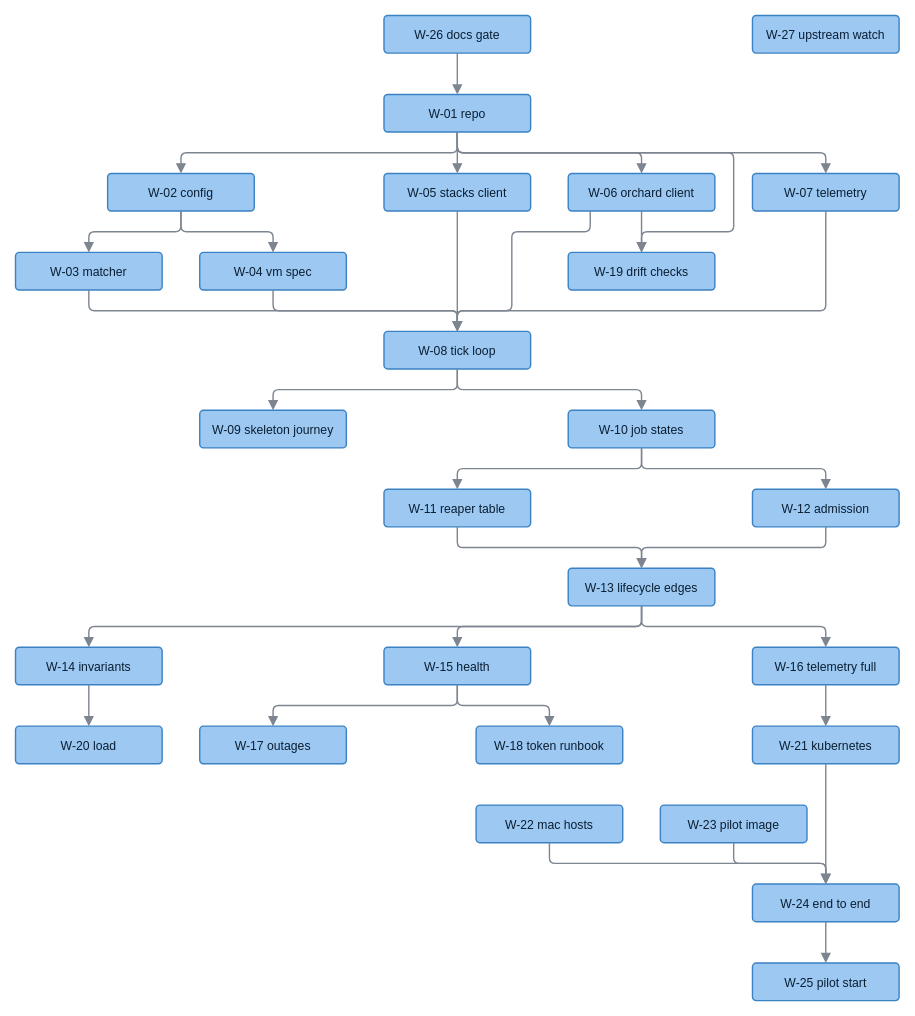
Earlier version of the draw.io diagram docs/diagrams/implementation-order.drawio (joshwrightcodes/bk-agent-stack-orchard). Source tidied: cells renumbered, new cells numbered last; positions are measured from the earlier drawing's top-left corner, leaving out a move shared by most shapes. Both pictures are drawn from the tidied source at 94%, with x=0, y=0 at pixel (15, 15).
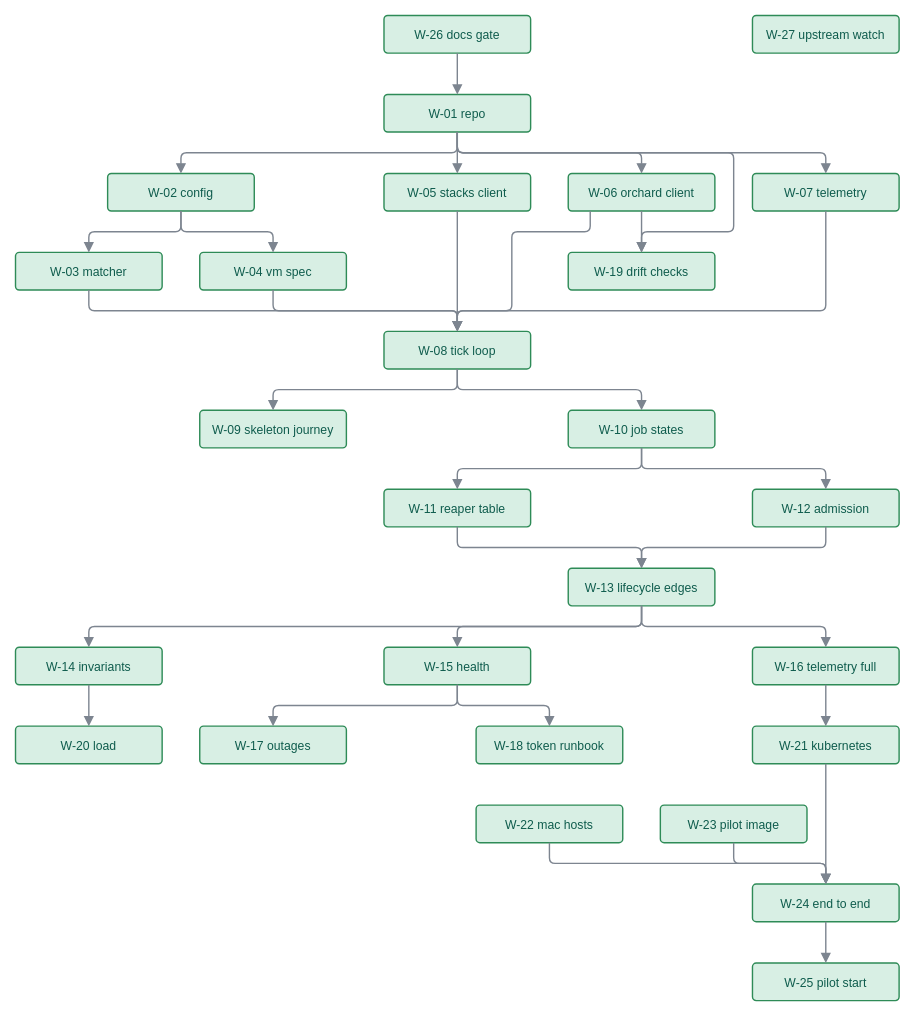
Above is the later version.

Change to the diagram source:
```diff
@@
-    <mxCell id="2" value="W-26 docs gate" style="rounded=1;arcSize=8;absoluteArcSize=1;html=0;fontFamily=Helvetica;fontSize=13;fontStyle=0;fillColor=#9cc8f2;strokeColor=#3b82c4;fontColor=#0b1f33;strokeWidth=1.5;dashed=0;dashPattern=6 4;whiteSpace=nowrap;" parent="1" vertex="1">
+    <mxCell id="2" value="W-26 docs gate" style="rounded=1;arcSize=8;absoluteArcSize=1;html=0;fontFamily=Helvetica;fontSize=13;fontStyle=0;fillColor=#D8EFE4;strokeColor=#2E8B57;fontColor=#0F5C4D;strokeWidth=1.5;dashed=0;dashPattern=6 4;whiteSpace=nowrap;" parent="1" vertex="1">
       <mxGeometry x="392" width="156" height="40" as="geometry" />
     </mxCell>
-    <mxCell id="3" value="W-27 upstream watch" style="rounded=1;arcSize=8;absoluteArcSize=1;html=0;fontFamily=Helvetica;fontSize=13;fontStyle=0;fillColor=#9cc8f2;strokeColor=#3b82c4;fontColor=#0b1f33;strokeWidth=1.5;dashed=0;dashPattern=6 4;whiteSpace=nowrap;" parent="1" vertex="1">
+    <mxCell id="3" value="W-27 upstream watch" style="rounded=1;arcSize=8;absoluteArcSize=1;html=0;fontFamily=Helvetica;fontSize=13;fontStyle=0;fillColor=#D8EFE4;strokeColor=#2E8B57;fontColor=#0F5C4D;strokeWidth=1.5;dashed=0;dashPattern=6 4;whiteSpace=nowrap;" parent="1" vertex="1">
       <mxGeometry x="784" width="156" height="40" as="geometry" />
     </mxCell>
-    <mxCell id="4" value="W-01 repo" style="rounded=1;arcSize=8;absoluteArcSize=1;html=0;fontFamily=Helvetica;fontSize=13;fontStyle=0;fillColor=#9cc8f2;strokeColor=#3b82c4;fontColor=#0b1f33;strokeWidth=1.5;dashed=0;dashPattern=6 4;whiteSpace=nowrap;" parent="1" vertex="1">
+    <mxCell id="4" value="W-01 repo" style="rounded=1;arcSize=8;absoluteArcSize=1;html=0;fontFamily=Helvetica;fontSize=13;fontStyle=0;fillColor=#D8EFE4;strokeColor=#2E8B57;fontColor=#0F5C4D;strokeWidth=1.5;dashed=0;dashPattern=6 4;whiteSpace=nowrap;" parent="1" vertex="1">
       <mxGeometry x="392" y="84" width="156" height="40" as="geometry" />
     </mxCell>
-    <mxCell id="5" value="W-02 config" style="rounded=1;arcSize=8;absoluteArcSize=1;html=0;fontFamily=Helvetica;fontSize=13;fontStyle=0;fillColor=#9cc8f2;strokeColor=#3b82c4;fontColor=#0b1f33;strokeWidth=1.5;dashed=0;dashPattern=6 4;whiteSpace=nowrap;" parent="1" vertex="1">
+    <mxCell id="5" value="W-02 config" style="rounded=1;arcSize=8;absoluteArcSize=1;html=0;fontFamily=Helvetica;fontSize=13;fontStyle=0;fillColor=#D8EFE4;strokeColor=#2E8B57;fontColor=#0F5C4D;strokeWidth=1.5;dashed=0;dashPattern=6 4;whiteSpace=nowrap;" parent="1" vertex="1">
       <mxGeometry x="98" y="168" width="156" height="40" as="geometry" />
     </mxCell>
-    <mxCell id="6" value="W-05 stacks client" style="rounded=1;arcSize=8;absoluteArcSize=1;html=0;fontFamily=Helvetica;fontSize=13;fontStyle=0;fillColor=#9cc8f2;strokeColor=#3b82c4;fontColor=#0b1f33;strokeWidth=1.5;dashed=0;dashPattern=6 4;whiteSpace=nowrap;" parent="1" vertex="1">
+    <mxCell id="6" value="W-05 stacks client" style="rounded=1;arcSize=8;absoluteArcSize=1;html=0;fontFamily=Helvetica;fontSize=13;fontStyle=0;fillColor=#D8EFE4;strokeColor=#2E8B57;fontColor=#0F5C4D;strokeWidth=1.5;dashed=0;dashPattern=6 4;whiteSpace=nowrap;" parent="1" vertex="1">
       <mxGeometry x="392" y="168" width="156" height="40" as="geometry" />
     </mxCell>
-    <mxCell id="7" value="W-06 orchard client" style="rounded=1;arcSize=8;absoluteArcSize=1;html=0;fontFamily=Helvetica;fontSize=13;fontStyle=0;fillColor=#9cc8f2;strokeColor=#3b82c4;fontColor=#0b1f33;strokeWidth=1.5;dashed=0;dashPattern=6 4;whiteSpace=nowrap;" parent="1" vertex="1">
+    <mxCell id="7" value="W-06 orchard client" style="rounded=1;arcSize=8;absoluteArcSize=1;html=0;fontFamily=Helvetica;fontSize=13;fontStyle=0;fillColor=#D8EFE4;strokeColor=#2E8B57;fontColor=#0F5C4D;strokeWidth=1.5;dashed=0;dashPattern=6 4;whiteSpace=nowrap;" parent="1" vertex="1">
       <mxGeometry x="588" y="168" width="156" height="40" as="geometry" />
     </mxCell>
-    <mxCell id="8" value="W-07 telemetry" style="rounded=1;arcSize=8;absoluteArcSize=1;html=0;fontFamily=Helvetica;fontSize=13;fontStyle=0;fillColor=#9cc8f2;strokeColor=#3b82c4;fontColor=#0b1f33;strokeWidth=1.5;dashed=0;dashPattern=6 4;whiteSpace=nowrap;" parent="1" vertex="1">
+    <mxCell id="8" value="W-07 telemetry" style="rounded=1;arcSize=8;absoluteArcSize=1;html=0;fontFamily=Helvetica;fontSize=13;fontStyle=0;fillColor=#D8EFE4;strokeColor=#2E8B57;fontColor=#0F5C4D;strokeWidth=1.5;dashed=0;dashPattern=6 4;whiteSpace=nowrap;" parent="1" vertex="1">
       <mxGeometry x="784" y="168" width="156" height="40" as="geometry" />
     </mxCell>
-    <mxCell id="9" value="W-03 matcher" style="rounded=1;arcSize=8;absoluteArcSize=1;html=0;fontFamily=Helvetica;fontSize=13;fontStyle=0;fillColor=#9cc8f2;strokeColor=#3b82c4;fontColor=#0b1f33;strokeWidth=1.5;dashed=0;dashPattern=6 4;whiteSpace=nowrap;" parent="1" vertex="1">
+    <mxCell id="9" value="W-03 matcher" style="rounded=1;arcSize=8;absoluteArcSize=1;html=0;fontFamily=Helvetica;fontSize=13;fontStyle=0;fillColor=#D8EFE4;strokeColor=#2E8B57;fontColor=#0F5C4D;strokeWidth=1.5;dashed=0;dashPattern=6 4;whiteSpace=nowrap;" parent="1" vertex="1">
       <mxGeometry y="252" width="156" height="40" as="geometry" />
     </mxCell>
-    <mxCell id="10" value="W-04 vm spec" style="rounded=1;arcSize=8;absoluteArcSize=1;html=0;fontFamily=Helvetica;fontSize=13;fontStyle=0;fillColor=#9cc8f2;strokeColor=#3b82c4;fontColor=#0b1f33;strokeWidth=1.5;dashed=0;dashPattern=6 4;whiteSpace=nowrap;" parent="1" vertex="1">
+    <mxCell id="10" value="W-04 vm spec" style="rounded=1;arcSize=8;absoluteArcSize=1;html=0;fontFamily=Helvetica;fontSize=13;fontStyle=0;fillColor=#D8EFE4;strokeColor=#2E8B57;fontColor=#0F5C4D;strokeWidth=1.5;dashed=0;dashPattern=6 4;whiteSpace=nowrap;" parent="1" vertex="1">
       <mxGeometry x="196" y="252" width="156" height="40" as="geometry" />
     </mxCell>
-    <mxCell id="11" value="W-19 drift checks" style="rounded=1;arcSize=8;absoluteArcSize=1;html=0;fontFamily=Helvetica;fontSize=13;fontStyle=0;fillColor=#9cc8f2;strokeColor=#3b82c4;fontColor=#0b1f33;strokeWidth=1.5;dashed=0;dashPattern=6 4;whiteSpace=nowrap;" parent="1" vertex="1">
+    <mxCell id="11" value="W-19 drift checks" style="rounded=1;arcSize=8;absoluteArcSize=1;html=0;fontFamily=Helvetica;fontSize=13;fontStyle=0;fillColor=#D8EFE4;strokeColor=#2E8B57;fontColor=#0F5C4D;strokeWidth=1.5;dashed=0;dashPattern=6 4;whiteSpace=nowrap;" parent="1" vertex="1">
       <mxGeometry x="588" y="252" width="156" height="40" as="geometry" />
     </mxCell>
-    <mxCell id="12" value="W-08 tick loop" style="rounded=1;arcSize=8;absoluteArcSize=1;html=0;fontFamily=Helvetica;fontSize=13;fontStyle=0;fillColor=#9cc8f2;strokeColor=#3b82c4;fontColor=#0b1f33;strokeWidth=1.5;dashed=0;dashPattern=6 4;whiteSpace=nowrap;" parent="1" vertex="1">
+    <mxCell id="12" value="W-08 tick loop" style="rounded=1;arcSize=8;absoluteArcSize=1;html=0;fontFamily=Helvetica;fontSize=13;fontStyle=0;fillColor=#D8EFE4;strokeColor=#2E8B57;fontColor=#0F5C4D;strokeWidth=1.5;dashed=0;dashPattern=6 4;whiteSpace=nowrap;" parent="1" vertex="1">
       <mxGeometry x="392" y="336" width="156" height="40" as="geometry" />
     </mxCell>
-    <mxCell id="13" value="W-09 skeleton journey" style="rounded=1;arcSize=8;absoluteArcSize=1;html=0;fontFamily=Helvetica;fontSize=13;fontStyle=0;fillColor=#9cc8f2;strokeColor=#3b82c4;fontColor=#0b1f33;strokeWidth=1.5;dashed=0;dashPattern=6 4;whiteSpace=nowrap;" parent="1" vertex="1">
+    <mxCell id="13" value="W-09 skeleton journey" style="rounded=1;arcSize=8;absoluteArcSize=1;html=0;fontFamily=Helvetica;fontSize=13;fontStyle=0;fillColor=#D8EFE4;strokeColor=#2E8B57;fontColor=#0F5C4D;strokeWidth=1.5;dashed=0;dashPattern=6 4;whiteSpace=nowrap;" parent="1" vertex="1">
       <mxGeometry x="196" y="420" width="156" height="40" as="geometry" />
     </mxCell>
-    <mxCell id="14" value="W-10 job states" style="rounded=1;arcSize=8;absoluteArcSize=1;html=0;fontFamily=Helvetica;fontSize=13;fontStyle=0;fillColor=#9cc8f2;strokeColor=#3b82c4;fontColor=#0b1f33;strokeWidth=1.5;dashed=0;dashPattern=6 4;whiteSpace=nowrap;" parent="1" vertex="1">
+    <mxCell id="14" value="W-10 job states" style="rounded=1;arcSize=8;absoluteArcSize=1;html=0;fontFamily=Helvetica;fontSize=13;fontStyle=0;fillColor=#D8EFE4;strokeColor=#2E8B57;fontColor=#0F5C4D;strokeWidth=1.5;dashed=0;dashPattern=6 4;whiteSpace=nowrap;" parent="1" vertex="1">
       <mxGeometry x="588" y="420" width="156" height="40" as="geometry" />
     </mxCell>
-    <mxCell id="15" value="W-11 reaper table" style="rounded=1;arcSize=8;absoluteArcSize=1;html=0;fontFamily=Helvetica;fontSize=13;fontStyle=0;fillColor=#9cc8f2;strokeColor=#3b82c4;fontColor=#0b1f33;strokeWidth=1.5;dashed=0;dashPattern=6 4;whiteSpace=nowrap;" parent="1" vertex="1">
+    <mxCell id="15" value="W-11 reaper table" style="rounded=1;arcSize=8;absoluteArcSize=1;html=0;fontFamily=Helvetica;fontSize=13;fontStyle=0;fillColor=#D8EFE4;strokeColor=#2E8B57;fontColor=#0F5C4D;strokeWidth=1.5;dashed=0;dashPattern=6 4;whiteSpace=nowrap;" parent="1" vertex="1">
       <mxGeometry x="392" y="504" width="156" height="40" as="geometry" />
     </mxCell>
-    <mxCell id="16" value="W-12 admission" style="rounded=1;arcSize=8;absoluteArcSize=1;html=0;fontFamily=Helvetica;fontSize=13;fontStyle=0;fillColor=#9cc8f2;strokeColor=#3b82c4;fontColor=#0b1f33;strokeWidth=1.5;dashed=0;dashPattern=6 4;whiteSpace=nowrap;" parent="1" vertex="1">
+    <mxCell id="16" value="W-12 admission" style="rounded=1;arcSize=8;absoluteArcSize=1;html=0;fontFamily=Helvetica;fontSize=13;fontStyle=0;fillColor=#D8EFE4;strokeColor=#2E8B57;fontColor=#0F5C4D;strokeWidth=1.5;dashed=0;dashPattern=6 4;whiteSpace=nowrap;" parent="1" vertex="1">
       <mxGeometry x="784" y="504" width="156" height="40" as="geometry" />
     </mxCell>
-    <mxCell id="17" value="W-13 lifecycle edges" style="rounded=1;arcSize=8;absoluteArcSize=1;html=0;fontFamily=Helvetica;fontSize=13;fontStyle=0;fillColor=#9cc8f2;strokeColor=#3b82c4;fontColor=#0b1f33;strokeWidth=1.5;dashed=0;dashPattern=6 4;whiteSpace=nowrap;" parent="1" vertex="1">
+    <mxCell id="17" value="W-13 lifecycle edges" style="rounded=1;arcSize=8;absoluteArcSize=1;html=0;fontFamily=Helvetica;fontSize=13;fontStyle=0;fillColor=#D8EFE4;strokeColor=#2E8B57;fontColor=#0F5C4D;strokeWidth=1.5;dashed=0;dashPattern=6 4;whiteSpace=nowrap;" parent="1" vertex="1">
       <mxGeometry x="588" y="588" width="156" height="40" as="geometry" />
     </mxCell>
-    <mxCell id="18" value="W-14 invariants" style="rounded=1;arcSize=8;absoluteArcSize=1;html=0;fontFamily=Helvetica;fontSize=13;fontStyle=0;fillColor=#9cc8f2;strokeColor=#3b82c4;fontColor=#0b1f33;strokeWidth=1.5;dashed=0;dashPattern=6 4;whiteSpace=nowrap;" parent="1" vertex="1">
+    <mxCell id="18" value="W-14 invariants" style="rounded=1;arcSize=8;absoluteArcSize=1;html=0;fontFamily=Helvetica;fontSize=13;fontStyle=0;fillColor=#D8EFE4;strokeColor=#2E8B57;fontColor=#0F5C4D;strokeWidth=1.5;dashed=0;dashPattern=6 4;whiteSpace=nowrap;" parent="1" vertex="1">
       <mxGeometry y="672" width="156" height="40" as="geometry" />
     </mxCell>
-    <mxCell id="19" value="W-15 health" style="rounded=1;arcSize=8;absoluteArcSize=1;html=0;fontFamily=Helvetica;fontSize=13;fontStyle=0;fillColor=#9cc8f2;strokeColor=#3b82c4;fontColor=#0b1f33;strokeWidth=1.5;dashed=0;dashPattern=6 4;whiteSpace=nowrap;" parent="1" vertex="1">
+    <mxCell id="19" value="W-15 health" style="rounded=1;arcSize=8;absoluteArcSize=1;html=0;fontFamily=Helvetica;fontSize=13;fontStyle=0;fillColor=#D8EFE4;strokeColor=#2E8B57;fontColor=#0F5C4D;strokeWidth=1.5;dashed=0;dashPattern=6 4;whiteSpace=nowrap;" parent="1" vertex="1">
       <mxGeometry x="392" y="672" width="156" height="40" as="geometry" />
     </mxCell>
-    <mxCell id="20" value="W-16 telemetry full" style="rounded=1;arcSize=8;absoluteArcSize=1;html=0;fontFamily=Helvetica;fontSize=13;fontStyle=0;fillColor=#9cc8f2;strokeColor=#3b82c4;fontColor=#0b1f33;strokeWidth=1.5;dashed=0;dashPattern=6 4;whiteSpace=nowrap;" parent="1" vertex="1">
+    <mxCell id="20" value="W-16 telemetry full" style="rounded=1;arcSize=8;absoluteArcSize=1;html=0;fontFamily=Helvetica;fontSize=13;fontStyle=0;fillColor=#D8EFE4;strokeColor=#2E8B57;fontColor=#0F5C4D;strokeWidth=1.5;dashed=0;dashPattern=6 4;whiteSpace=nowrap;" parent="1" vertex="1">
       <mxGeometry x="784" y="672" width="156" height="40" as="geometry" />
     </mxCell>
-    <mxCell id="21" value="W-20 load" style="rounded=1;arcSize=8;absoluteArcSize=1;html=0;fontFamily=Helvetica;fontSize=13;fontStyle=0;fillColor=#9cc8f2;strokeColor=#3b82c4;fontColor=#0b1f33;strokeWidth=1.5;dashed=0;dashPattern=6 4;whiteSpace=nowrap;" parent="1" vertex="1">
+    <mxCell id="21" value="W-20 load" style="rounded=1;arcSize=8;absoluteArcSize=1;html=0;fontFamily=Helvetica;fontSize=13;fontStyle=0;fillColor=#D8EFE4;strokeColor=#2E8B57;fontColor=#0F5C4D;strokeWidth=1.5;dashed=0;dashPattern=6 4;whiteSpace=nowrap;" parent="1" vertex="1">
       <mxGeometry y="756" width="156" height="40" as="geometry" />
     </mxCell>
-    <mxCell id="22" value="W-17 outages" style="rounded=1;arcSize=8;absoluteArcSize=1;html=0;fontFamily=Helvetica;fontSize=13;fontStyle=0;fillColor=#9cc8f2;strokeColor=#3b82c4;fontColor=#0b1f33;strokeWidth=1.5;dashed=0;dashPattern=6 4;whiteSpace=nowrap;" parent="1" vertex="1">
+    <mxCell id="22" value="W-17 outages" style="rounded=1;arcSize=8;absoluteArcSize=1;html=0;fontFamily=Helvetica;fontSize=13;fontStyle=0;fillColor=#D8EFE4;strokeColor=#2E8B57;fontColor=#0F5C4D;strokeWidth=1.5;dashed=0;dashPattern=6 4;whiteSpace=nowrap;" parent="1" vertex="1">
       <mxGeometry x="196" y="756" width="156" height="40" as="geometry" />
     </mxCell>
-    <mxCell id="23" value="W-18 token runbook" style="rounded=1;arcSize=8;absoluteArcSize=1;html=0;fontFamily=Helvetica;fontSize=13;fontStyle=0;fillColor=#9cc8f2;strokeColor=#3b82c4;fontColor=#0b1f33;strokeWidth=1.5;dashed=0;dashPattern=6 4;whiteSpace=nowrap;" parent="1" vertex="1">
+    <mxCell id="23" value="W-18 token runbook" style="rounded=1;arcSize=8;absoluteArcSize=1;html=0;fontFamily=Helvetica;fontSize=13;fontStyle=0;fillColor=#D8EFE4;strokeColor=#2E8B57;fontColor=#0F5C4D;strokeWidth=1.5;dashed=0;dashPattern=6 4;whiteSpace=nowrap;" parent="1" vertex="1">
       <mxGeometry x="490" y="756" width="156" height="40" as="geometry" />
     </mxCell>
-    <mxCell id="24" value="W-21 kubernetes" style="rounded=1;arcSize=8;absoluteArcSize=1;html=0;fontFamily=Helvetica;fontSize=13;fontStyle=0;fillColor=#9cc8f2;strokeColor=#3b82c4;fontColor=#0b1f33;strokeWidth=1.5;dashed=0;dashPattern=6 4;whiteSpace=nowrap;" parent="1" vertex="1">
+    <mxCell id="24" value="W-21 kubernetes" style="rounded=1;arcSize=8;absoluteArcSize=1;html=0;fontFamily=Helvetica;fontSize=13;fontStyle=0;fillColor=#D8EFE4;strokeColor=#2E8B57;fontColor=#0F5C4D;strokeWidth=1.5;dashed=0;dashPattern=6 4;whiteSpace=nowrap;" parent="1" vertex="1">
       <mxGeometry x="784" y="756" width="156" height="40" as="geometry" />
     </mxCell>
-    <mxCell id="25" value="W-22 mac hosts" style="rounded=1;arcSize=8;absoluteArcSize=1;html=0;fontFamily=Helvetica;fontSize=13;fontStyle=0;fillColor=#9cc8f2;strokeColor=#3b82c4;fontColor=#0b1f33;strokeWidth=1.5;dashed=0;dashPattern=6 4;whiteSpace=nowrap;" parent="1" vertex="1">
+    <mxCell id="25" value="W-22 mac hosts" style="rounded=1;arcSize=8;absoluteArcSize=1;html=0;fontFamily=Helvetica;fontSize=13;fontStyle=0;fillColor=#D8EFE4;strokeColor=#2E8B57;fontColor=#0F5C4D;strokeWidth=1.5;dashed=0;dashPattern=6 4;whiteSpace=nowrap;" parent="1" vertex="1">
       <mxGeometry x="490" y="840" width="156" height="40" as="geometry" />
     </mxCell>
-    <mxCell id="26" value="W-23 pilot image" style="rounded=1;arcSize=8;absoluteArcSize=1;html=0;fontFamily=Helvetica;fontSize=13;fontStyle=0;fillColor=#9cc8f2;strokeColor=#3b82c4;fontColor=#0b1f33;strokeWidth=1.5;dashed=0;dashPattern=6 4;whiteSpace=nowrap;" parent="1" vertex="1">
+    <mxCell id="26" value="W-23 pilot image" style="rounded=1;arcSize=8;absoluteArcSize=1;html=0;fontFamily=Helvetica;fontSize=13;fontStyle=0;fillColor=#D8EFE4;strokeColor=#2E8B57;fontColor=#0F5C4D;strokeWidth=1.5;dashed=0;dashPattern=6 4;whiteSpace=nowrap;" parent="1" vertex="1">
       <mxGeometry x="686" y="840" width="156" height="40" as="geometry" />
     </mxCell>
-    <mxCell id="27" value="W-24 end to end" style="rounded=1;arcSize=8;absoluteArcSize=1;html=0;fontFamily=Helvetica;fontSize=13;fontStyle=0;fillColor=#9cc8f2;strokeColor=#3b82c4;fontColor=#0b1f33;strokeWidth=1.5;dashed=0;dashPattern=6 4;whiteSpace=nowrap;" parent="1" vertex="1">
+    <mxCell id="27" value="W-24 end to end" style="rounded=1;arcSize=8;absoluteArcSize=1;html=0;fontFamily=Helvetica;fontSize=13;fontStyle=0;fillColor=#D8EFE4;strokeColor=#2E8B57;fontColor=#0F5C4D;strokeWidth=1.5;dashed=0;dashPattern=6 4;whiteSpace=nowrap;" parent="1" vertex="1">
       <mxGeometry x="784" y="924" width="156" height="40" as="geometry" />
     </mxCell>
-    <mxCell id="28" value="W-25 pilot start" style="rounded=1;arcSize=8;absoluteArcSize=1;html=0;fontFamily=Helvetica;fontSize=13;fontStyle=0;fillColor=#9cc8f2;strokeColor=#3b82c4;fontColor=#0b1f33;strokeWidth=1.5;dashed=0;dashPattern=6 4;whiteSpace=nowrap;" parent="1" vertex="1">
+    <mxCell id="28" value="W-25 pilot start" style="rounded=1;arcSize=8;absoluteArcSize=1;html=0;fontFamily=Helvetica;fontSize=13;fontStyle=0;fillColor=#D8EFE4;strokeColor=#2E8B57;fontColor=#0F5C4D;strokeWidth=1.5;dashed=0;dashPattern=6 4;whiteSpace=nowrap;" parent="1" vertex="1">
       <mxGeometry x="784" y="1008" width="156" height="40" as="geometry" />
     </mxCell>
```
